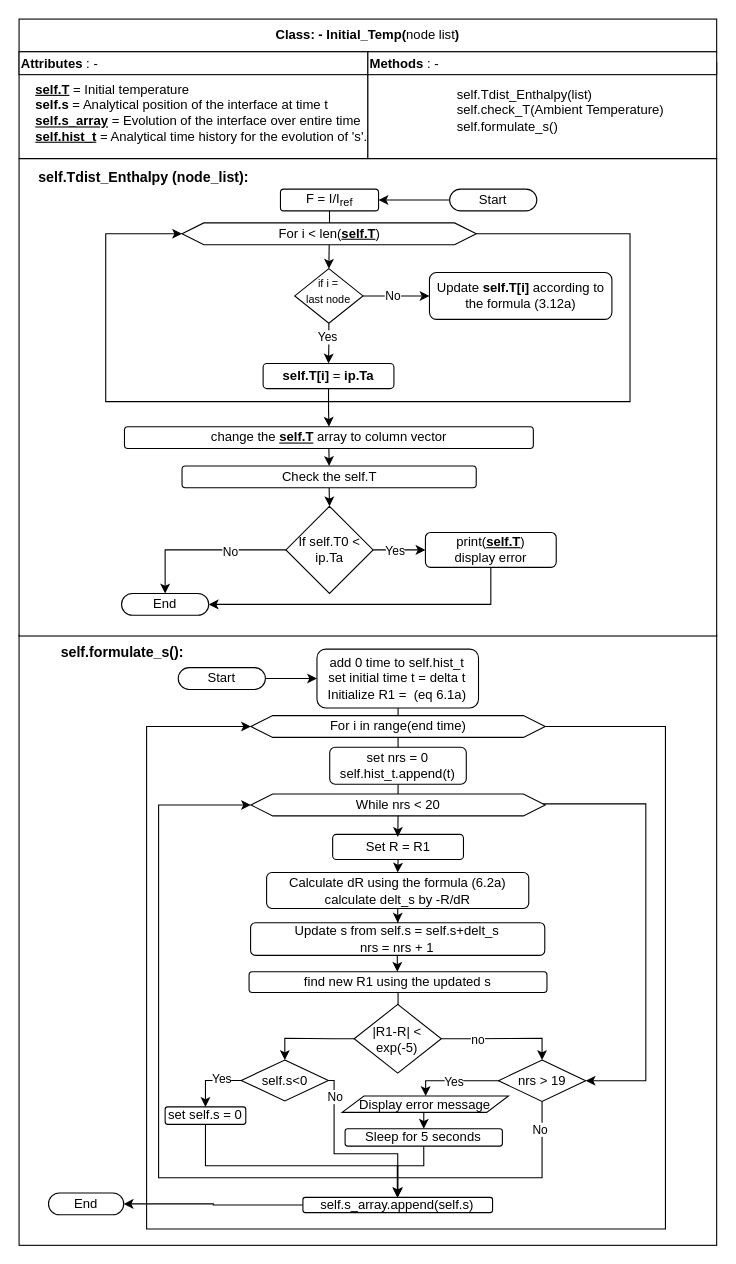
Above: .drawio in okolekar/PPP (draw.io), before the change. Source tidied: cells renumbered, new cells numbered last; positions are measured from the earlier drawing's top-left corner, leaving out a move shared by most shapes. Both pictures are drawn from the tidied source at 109%, with x=0, y=0 at pixel (19, 19).
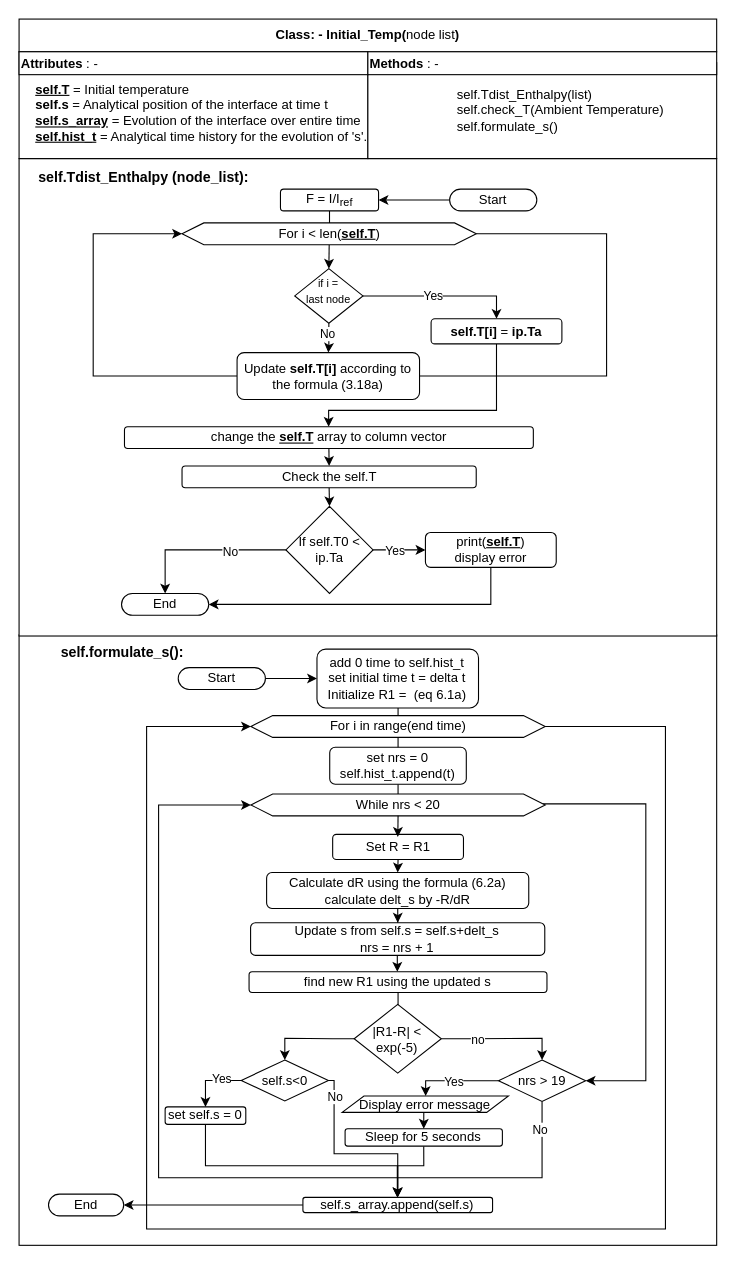
Above is the later version.

The change refers to these unchanged cells:
```xml
<mxCell id="13" value="For i &amp;lt; len(&lt;u style=&quot;font-weight: bold;&quot;&gt;self.T&lt;/u&gt;)" style="shape=hexagon;perimeter=hexagonPerimeter2;whiteSpace=wrap;html=1;fixedSize=1;" parent="1" vertex="1">
  <mxGeometry x="149.5" y="187" width="270" height="20" as="geometry" />
</mxCell>
<mxCell id="19" style="rhombus;whiteSpace=wrap;html=1;" parent="1" vertex="1">
  <mxGeometry x="252.9" y="229" width="62.6" height="50" as="geometry" />
</mxCell>
<mxCell id="24" value="change the &lt;b&gt;&lt;u&gt;self.T&lt;/u&gt;&lt;/b&gt; array to column vector" style="rounded=1;whiteSpace=wrap;html=1;" parent="1" vertex="1">
  <mxGeometry x="96.7" y="374" width="375.1" height="20" as="geometry" />
</mxCell>
```

Change to the diagram source:
```diff
@@
+    <mxCell id="82" style="edgeStyle=orthogonalEdgeStyle;rounded=0;jettySize=auto;html=1;exitX=1;exitY=0.5;exitDx=0;exitDy=0;entryX=1;entryY=0.5;entryDx=0;entryDy=0;endArrow=none;endFill=0;" parent="1" edge="1" source="13" target="14">
+      <mxGeometry relative="1" as="geometry">
+        <Array as="points">
+          <mxPoint x="539" y="197" />
+          <mxPoint x="539" y="328" />
+        </Array>
+      </mxGeometry>
+    </mxCell>
@@
+    <mxCell id="83" style="edgeStyle=orthogonalEdgeStyle;rounded=0;jettySize=auto;html=1;exitX=0;exitY=0.5;exitDx=0;exitDy=0;entryX=0;entryY=0.5;entryDx=0;entryDy=0;" parent="1" edge="1" source="14" target="13">
+      <mxGeometry relative="1" as="geometry">
+        <Array as="points">
+          <mxPoint x="68" y="328" />
+          <mxPoint x="68" y="197" />
+        </Array>
+      </mxGeometry>
+    </mxCell>
-    <mxCell id="14" value="Update&lt;b&gt;&amp;nbsp;self.T[i] &lt;/b&gt;according to the formula (3.12a)" style="rounded=1;whiteSpace=wrap;html=1;" parent="1" vertex="1">
-      <mxGeometry x="376.5" y="232.5" width="167.4" height="43" as="geometry" />
+    <mxCell id="14" value="Update&lt;b&gt;&amp;nbsp;self.T[i] &lt;/b&gt;according to the formula (3.18a)" style="rounded=1;whiteSpace=wrap;html=1;" parent="1" vertex="1">
+      <mxGeometry x="200" y="306" width="167.4" height="43" as="geometry" />
     </mxCell>
-    <mxCell id="15" style="edgeStyle=orthogonalEdgeStyle;rounded=0;jettySize=auto;html=1;entryX=0;entryY=0.5;entryDx=0;entryDy=0;" parent="1" edge="1" source="19" target="14">
+    <mxCell id="15" style="edgeStyle=orthogonalEdgeStyle;rounded=0;jettySize=auto;html=1;entryX=0.5;entryY=0;entryDx=0;entryDy=0;" parent="1" edge="1" source="19" target="22">
       <mxGeometry relative="1" as="geometry" />
     </mxCell>
-    <mxCell id="16" value="No" style="edgeLabel;html=1;align=center;verticalAlign=middle;" parent="15" vertex="1">
+    <mxCell id="16" value="Yes" style="edgeLabel;html=1;align=center;verticalAlign=middle;" parent="15" vertex="1">
       <mxGeometry x="-0.11" y="1" relative="1" as="geometry" />
     </mxCell>
-    <mxCell id="17" style="edgeStyle=orthogonalEdgeStyle;rounded=0;jettySize=auto;html=1;entryX=0.5;entryY=0;entryDx=0;entryDy=0;" parent="1" edge="1" source="19" target="22">
+    <mxCell id="17" style="edgeStyle=orthogonalEdgeStyle;rounded=0;jettySize=auto;html=1;entryX=0.5;entryY=0;entryDx=0;entryDy=0;" parent="1" edge="1" source="19" target="14">
       <mxGeometry relative="1" as="geometry" />
     </mxCell>
-    <mxCell id="18" value="Yes" style="edgeLabel;html=1;align=center;verticalAlign=middle;" parent="17" vertex="1">
+    <mxCell id="18" value="No" style="edgeLabel;html=1;align=center;verticalAlign=middle;" parent="17" vertex="1">
       <mxGeometry x="-0.36" y="-2" relative="1" as="geometry" />
     </mxCell>
@@
     <mxCell id="21" style="edgeStyle=orthogonalEdgeStyle;rounded=0;jettySize=auto;html=1;exitX=0.5;exitY=1;exitDx=0;exitDy=0;" parent="1" edge="1" source="22" target="24">
-      <mxGeometry relative="1" as="geometry" />
+      <mxGeometry relative="1" as="geometry">
+        <Array as="points">
+          <mxPoint x="438" y="359" />
+          <mxPoint x="284" y="359" />
+        </Array>
+      </mxGeometry>
     </mxCell>
     <mxCell id="22" value="&lt;b&gt;self.T[i]&lt;/b&gt; = &lt;b&gt;ip.Ta&lt;/b&gt;" style="rounded=1;whiteSpace=wrap;html=1;" parent="1" vertex="1">
-      <mxGeometry x="223.9" y="316" width="120" height="23" as="geometry" />
+      <mxGeometry x="378" y="275" width="120" height="23" as="geometry" />
     </mxCell>
@@
-    <mxCell id="35" style="edgeStyle=orthogonalEdgeStyle;rounded=0;orthogonalLoop=1;jettySize=auto;html=1;exitX=1;exitY=0.5;exitDx=0;exitDy=0;entryX=0;entryY=0.5;entryDx=0;entryDy=0;" parent="1" edge="1" source="13" target="13">
-      <mxGeometry relative="1" as="geometry">
-        <Array as="points">
-          <mxPoint x="560.5" y="197" />
-          <mxPoint x="560.5" y="351" />
-          <mxPoint x="79.5" y="351" />
-          <mxPoint x="79.5" y="197" />
-        </Array>
-      </mxGeometry>
-    </mxCell>
@@
     <mxCell id="40" value="End" style="rounded=1;whiteSpace=wrap;html=1;arcSize=50;" parent="1" vertex="1">
-      <mxGeometry x="27" y="1077" width="69" height="20" as="geometry" />
+      <mxGeometry x="27" y="1078" width="69" height="20" as="geometry" />
     </mxCell>
```
